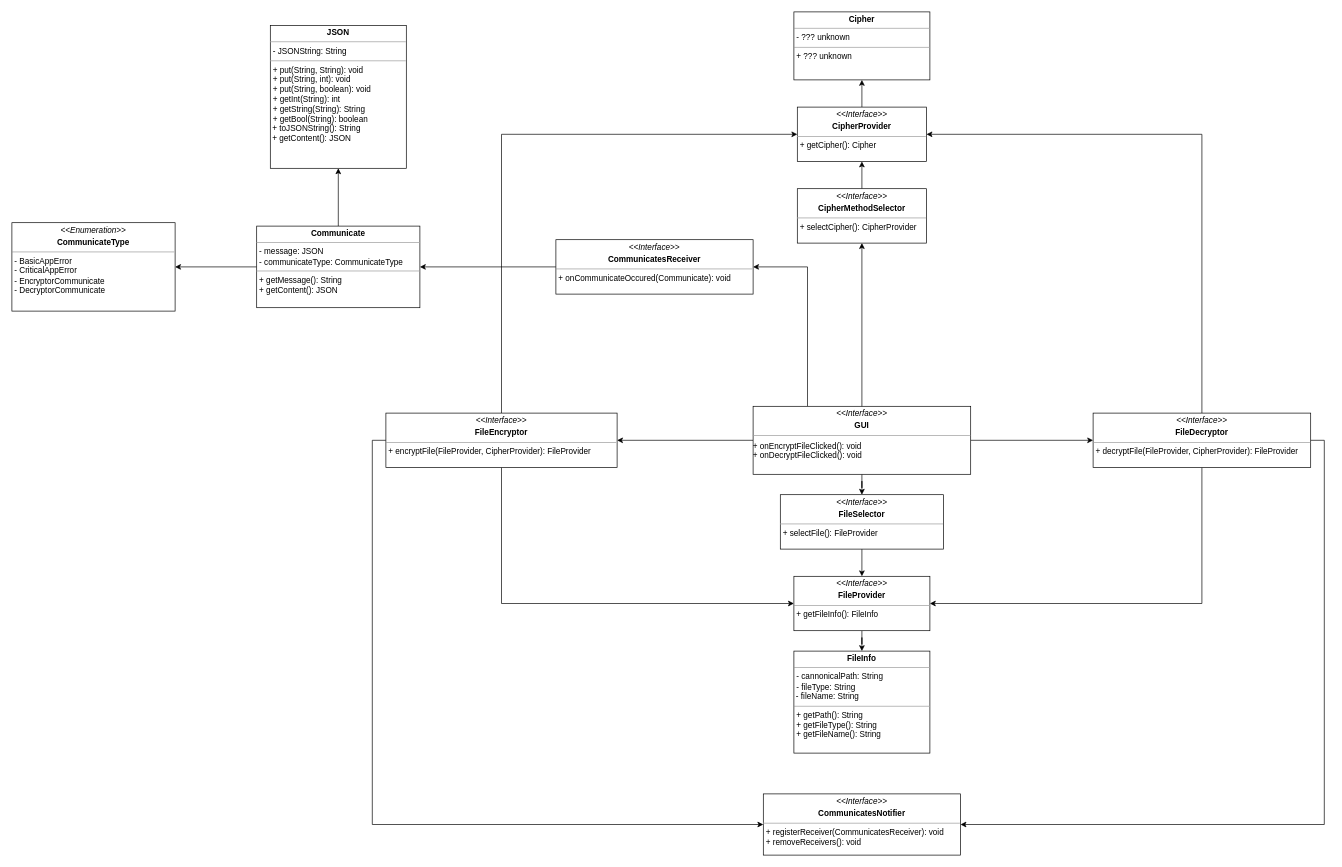
Above: Diagrams/Classes/Classes.drawio in Sladamos/QualifiedElectronicSignature (draw.io), before the change. Source tidied: cells renumbered, new cells numbered last; positions are measured from the earlier drawing's top-left corner, leaving out a move shared by most shapes. Both pictures are drawn from the tidied source at 68%, with x=0, y=0 at pixel (12, 12).
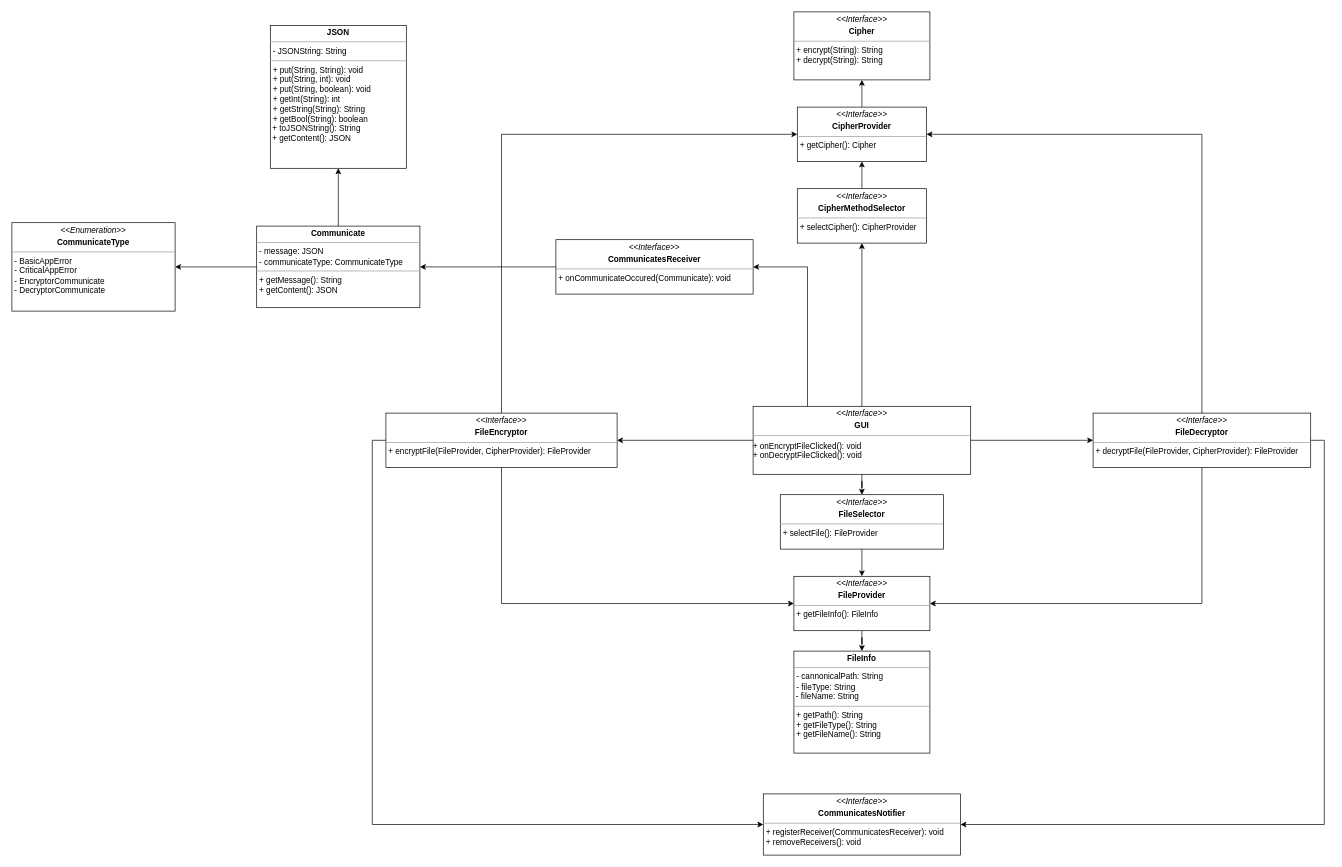
The same page after the edit.

Commit message:
Encrypt decrypt class diagram finished

What changed in the source:
```diff
@@
-    <mxCell id="33" value="&lt;p style=&quot;margin:0px;margin-top:4px;text-align:center;&quot;&gt;&lt;b&gt;Cipher&lt;/b&gt;&lt;/p&gt;&lt;hr size=&quot;1&quot;&gt;&lt;p style=&quot;margin:0px;margin-left:4px;&quot;&gt;- ??? unknown&lt;br&gt;&lt;/p&gt;&lt;hr size=&quot;1&quot;&gt;&lt;p style=&quot;margin:0px;margin-left:4px;&quot;&gt;+ ??? unknown&lt;br&gt;&lt;/p&gt;" style="verticalAlign=top;align=left;overflow=fill;html=1;whiteSpace=wrap;" parent="1" vertex="1">
+    <mxCell id="33" value="&lt;p style=&quot;margin:0px;margin-top:4px;text-align:center;&quot;&gt;&lt;i&gt;&amp;lt;&amp;lt;Interface&amp;gt;&amp;gt;&lt;/i&gt;&lt;b&gt;&lt;br&gt;&lt;/b&gt;&lt;/p&gt;&lt;p style=&quot;margin:0px;margin-top:4px;text-align:center;&quot;&gt;&lt;/p&gt;&lt;p style=&quot;margin:0px;margin-top:4px;text-align:center;&quot;&gt;&lt;b&gt;Cipher&lt;/b&gt;&lt;/p&gt;&lt;hr size=&quot;1&quot;&gt;&lt;p style=&quot;margin:0px;margin-left:4px;&quot;&gt;+ encrypt(String): String&lt;/p&gt;&lt;p style=&quot;margin:0px;margin-left:4px;&quot;&gt;+ decrypt(String): String&lt;br&gt;&lt;/p&gt;" style="verticalAlign=top;align=left;overflow=fill;html=1;whiteSpace=wrap;" parent="1" vertex="1">
       <mxGeometry x="1150" width="200" height="100" as="geometry" />
     </mxCell>
```
